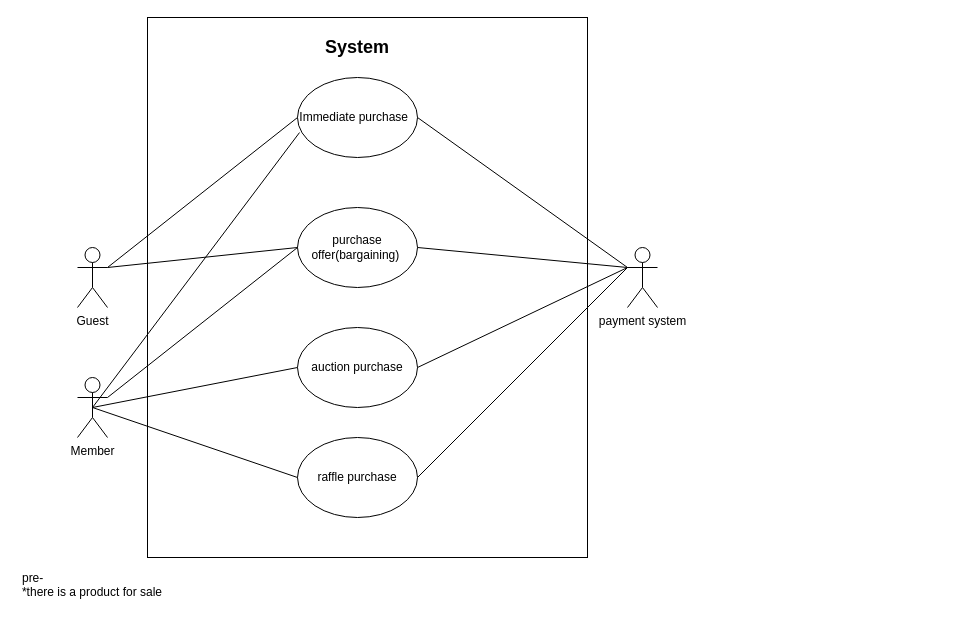
The draw.io diagram page "use case 2.9" (1 of 5) of use cases/use case 2.9.drawio in LevyIfta/Team-19B-Project, before the edit. Source tidied: cells renumbered, new cells numbered last; positions are measured from the earlier drawing's top-left corner, leaving out a move shared by most shapes. Both pictures are drawn from the tidied source at 100%, with x=0, y=0 at pixel (17, 17).
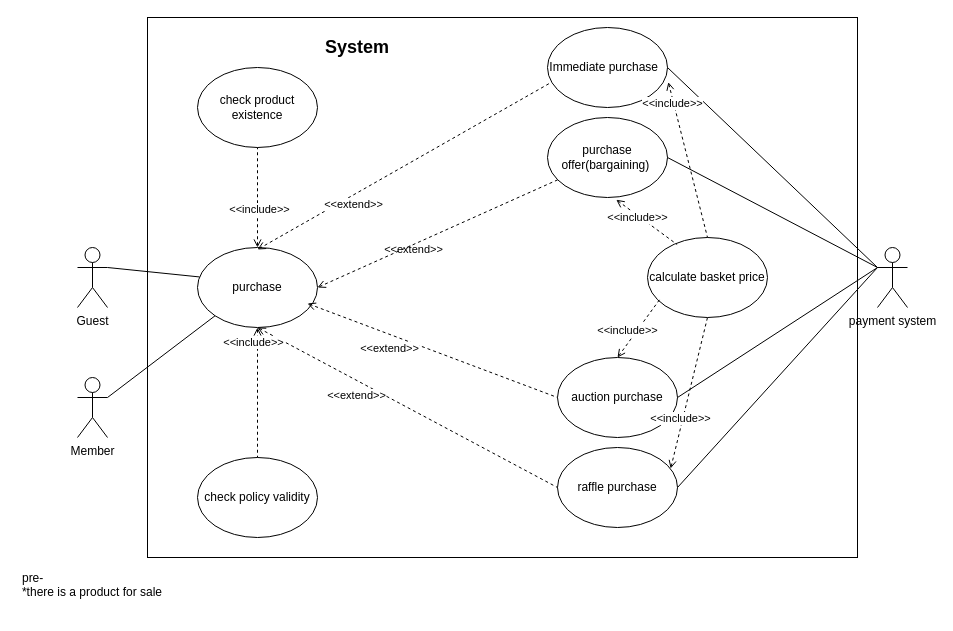
The same page after the edit.

Unchanged cells that the change refers to:
```xml
<mxCell id="4" value="Guest" style="shape=umlActor;verticalLabelPosition=bottom;verticalAlign=top;html=1;outlineConnect=0;" parent="1" vertex="1">
  <mxGeometry x="60" y="230" width="30" height="60" as="geometry" />
</mxCell>
<mxCell id="16" value="Member" style="shape=umlActor;verticalLabelPosition=bottom;verticalAlign=top;html=1;outlineConnect=0;" parent="1" vertex="1">
  <mxGeometry x="60" y="360" width="30" height="60" as="geometry" />
</mxCell>
```

Change to the diagram source:
```diff
@@
     <mxCell id="2" style="rounded=0;whiteSpace=wrap;html=1;" parent="1" vertex="1">
-      <mxGeometry x="130" width="440" height="540" as="geometry" />
+      <mxGeometry x="130" width="710" height="540" as="geometry" />
     </mxCell>
@@
     <mxCell id="5" value="Immediate purchase&amp;nbsp;&amp;nbsp;" style="ellipse;whiteSpace=wrap;html=1;" parent="1" vertex="1">
-      <mxGeometry x="280" y="60" width="120" height="80" as="geometry" />
+      <mxGeometry x="530" y="10" width="120" height="80" as="geometry" />
     </mxCell>
     <mxCell id="6" value="purchase offer(bargaining)&amp;nbsp;" style="ellipse;whiteSpace=wrap;html=1;" parent="1" vertex="1">
-      <mxGeometry x="280" y="190" width="120" height="80" as="geometry" />
+      <mxGeometry x="530" y="100" width="120" height="80" as="geometry" />
     </mxCell>
     <mxCell id="7" value="auction purchase" style="ellipse;whiteSpace=wrap;html=1;" parent="1" vertex="1">
-      <mxGeometry x="280" y="310" width="120" height="80" as="geometry" />
+      <mxGeometry x="540" y="340" width="120" height="80" as="geometry" />
     </mxCell>
     <mxCell id="8" value="raffle purchase" style="ellipse;whiteSpace=wrap;html=1;" parent="1" vertex="1">
-      <mxGeometry x="280" y="420" width="120" height="80" as="geometry" />
+      <mxGeometry x="540" y="430" width="120" height="80" as="geometry" />
     </mxCell>
-    <mxCell id="9" style="endArrow=none;html=1;strokeWidth=1;exitX=1;exitY=0.3333333333333333;exitDx=0;exitDy=0;exitPerimeter=0;entryX=0;entryY=0.5;entryDx=0;entryDy=0;" parent="1" edge="1" source="4" target="5">
-      <mxGeometry relative="1" as="geometry" />
-    </mxCell>
-    <mxCell id="10" style="endArrow=none;html=1;strokeWidth=1;exitX=1;exitY=0.3333333333333333;exitDx=0;exitDy=0;exitPerimeter=0;entryX=0;entryY=0.5;entryDx=0;entryDy=0;" parent="1" edge="1" source="4" target="6">
-      <mxGeometry relative="1" as="geometry" />
-    </mxCell>
     <mxCell id="11" value="payment system" style="shape=umlActor;verticalLabelPosition=bottom;verticalAlign=top;html=1;outlineConnect=0;" parent="1" vertex="1">
-      <mxGeometry x="610" y="230" width="30" height="60" as="geometry" />
+      <mxGeometry x="860" y="230" width="30" height="60" as="geometry" />
     </mxCell>
@@
-    <mxCell id="15" style="endArrow=none;html=1;strokeWidth=1;exitX=1;exitY=0.5;exitDx=0;exitDy=0;" parent="1" edge="1" source="8">
-      <mxGeometry relative="1" as="geometry">
-        <mxPoint x="610" y="250" as="targetPoint" />
-      </mxGeometry>
+    <mxCell id="15" style="endArrow=none;html=1;strokeWidth=1;exitX=1;exitY=0.5;exitDx=0;exitDy=0;entryX=0;entryY=0.3333333333333333;entryDx=0;entryDy=0;entryPerimeter=0;" parent="1" edge="1" source="8" target="11">
+      <mxGeometry relative="1" as="geometry" />
     </mxCell>
@@
-    <mxCell id="17" style="endArrow=none;html=1;strokeWidth=1;exitX=0.5;exitY=0.5;exitDx=0;exitDy=0;exitPerimeter=0;entryX=0.017;entryY=0.688;entryDx=0;entryDy=0;entryPerimeter=0;" parent="1" edge="1" source="16" target="5">
-      <mxGeometry relative="1" as="geometry" />
-    </mxCell>
-    <mxCell id="18" style="endArrow=none;html=1;strokeWidth=1;exitX=1;exitY=0.3333333333333333;exitDx=0;exitDy=0;exitPerimeter=0;entryX=0;entryY=0.5;entryDx=0;entryDy=0;" parent="1" edge="1" source="16" target="6">
-      <mxGeometry relative="1" as="geometry" />
-    </mxCell>
-    <mxCell id="19" style="endArrow=none;html=1;strokeWidth=1;exitX=0.5;exitY=0.5;exitDx=0;exitDy=0;exitPerimeter=0;entryX=0;entryY=0.5;entryDx=0;entryDy=0;" parent="1" edge="1" source="16" target="7">
-      <mxGeometry relative="1" as="geometry" />
-    </mxCell>
-    <mxCell id="20" style="endArrow=none;html=1;strokeWidth=1;exitX=0.5;exitY=0.5;exitDx=0;exitDy=0;exitPerimeter=0;entryX=0;entryY=0.5;entryDx=0;entryDy=0;" parent="1" edge="1" source="16" target="8">
-      <mxGeometry relative="1" as="geometry" />
-    </mxCell>
@@
+    <mxCell id="22" value="purchase" style="ellipse;whiteSpace=wrap;html=1;" parent="1" vertex="1">
+      <mxGeometry x="180" y="230" width="120" height="80" as="geometry" />
+    </mxCell>
+    <mxCell id="23" style="endArrow=none;html=1;exitX=1;exitY=0.3333333333333333;exitDx=0;exitDy=0;exitPerimeter=0;entryX=0.017;entryY=0.368;entryDx=0;entryDy=0;entryPerimeter=0;" parent="1" edge="1" source="4" target="22">
+      <mxGeometry relative="1" as="geometry" />
+    </mxCell>
+    <mxCell id="24" style="endArrow=none;html=1;exitX=1;exitY=0.3333333333333333;exitDx=0;exitDy=0;exitPerimeter=0;entryX=0;entryY=1;entryDx=0;entryDy=0;" parent="1" edge="1" source="16" target="22">
+      <mxGeometry relative="1" as="geometry" />
+    </mxCell>
+    <mxCell id="25" value="check product existence" style="ellipse;whiteSpace=wrap;html=1;" parent="1" vertex="1">
+      <mxGeometry x="180" y="50" width="120" height="80" as="geometry" />
+    </mxCell>
+    <mxCell id="26" style="endArrow=none;html=1;exitX=0.5;exitY=0;exitDx=0;exitDy=0;dashed=1;startArrow=open;startFill=0;" parent="1" edge="1" source="22" target="25">
+      <mxGeometry relative="1" as="geometry" />
+    </mxCell>
+    <mxCell id="27" value="&amp;lt;&amp;lt;include&amp;gt;&amp;gt;" style="edgeLabel;html=1;align=center;verticalAlign=middle;" parent="26" vertex="1">
+      <mxGeometry x="-0.54" y="-3" relative="1" as="geometry">
+        <mxPoint x="-2" y="-16" as="offset" />
+      </mxGeometry>
+    </mxCell>
+    <mxCell id="28" style="endArrow=none;dashed=1;html=1;strokeWidth=1;entryX=0.017;entryY=0.698;entryDx=0;entryDy=0;endFill=0;entryPerimeter=0;startArrow=open;startFill=0;" parent="1" edge="1" target="5">
+      <mxGeometry relative="1" as="geometry">
+        <mxPoint x="240" y="232" as="sourcePoint" />
+      </mxGeometry>
+    </mxCell>
+    <mxCell id="29" value="&amp;lt;&amp;lt;extend&amp;gt;&amp;gt;" style="edgeLabel;html=1;align=center;verticalAlign=middle;" parent="28" vertex="1">
+      <mxGeometry x="-0.31" relative="1" as="geometry">
+        <mxPoint x="-5.1" y="12.3" as="offset" />
+      </mxGeometry>
+    </mxCell>
+    <mxCell id="30" style="endArrow=none;dashed=1;html=1;strokeWidth=1;exitX=1;exitY=0.5;exitDx=0;exitDy=0;endFill=0;startArrow=open;startFill=0;" parent="1" edge="1" source="22" target="6">
+      <mxGeometry relative="1" as="geometry" />
+    </mxCell>
+    <mxCell id="31" value="&amp;lt;&amp;lt;extend&amp;gt;&amp;gt;" style="edgeLabel;html=1;align=center;verticalAlign=middle;labelBackgroundColor=none;" parent="30" vertex="1">
+      <mxGeometry x="-0.31" relative="1" as="geometry">
+        <mxPoint x="12" y="-1" as="offset" />
+      </mxGeometry>
+    </mxCell>
+    <mxCell id="32" style="endArrow=none;dashed=1;html=1;strokeWidth=1;entryX=0;entryY=0.5;entryDx=0;entryDy=0;endFill=0;startArrow=open;startFill=0;" parent="1" edge="1" target="7">
+      <mxGeometry relative="1" as="geometry">
+        <mxPoint x="290" y="286" as="sourcePoint" />
+      </mxGeometry>
+    </mxCell>
+    <mxCell id="33" value="&amp;lt;&amp;lt;extend&amp;gt;&amp;gt;" style="edgeLabel;html=1;align=center;verticalAlign=middle;" parent="32" vertex="1">
+      <mxGeometry x="-0.31" relative="1" as="geometry">
+        <mxPoint x="-5.1" y="12.3" as="offset" />
+      </mxGeometry>
+    </mxCell>
+    <mxCell id="34" style="endArrow=none;dashed=1;html=1;strokeWidth=1;exitX=0.5;exitY=1;exitDx=0;exitDy=0;entryX=0;entryY=0.5;entryDx=0;entryDy=0;endFill=0;startArrow=open;startFill=0;" parent="1" edge="1" source="22" target="8">
+      <mxGeometry relative="1" as="geometry" />
+    </mxCell>
+    <mxCell id="35" value="&amp;lt;&amp;lt;extend&amp;gt;&amp;gt;" style="edgeLabel;html=1;align=center;verticalAlign=middle;" parent="34" vertex="1">
+      <mxGeometry x="-0.31" relative="1" as="geometry">
+        <mxPoint x="-5.1" y="12.3" as="offset" />
+      </mxGeometry>
+    </mxCell>
+    <mxCell id="36" value="check policy validity" style="ellipse;whiteSpace=wrap;html=1;labelBackgroundColor=none;" parent="1" vertex="1">
+      <mxGeometry x="180" y="440" width="120" height="80" as="geometry" />
+    </mxCell>
+    <mxCell id="37" style="endArrow=none;html=1;entryX=0.5;entryY=0;entryDx=0;entryDy=0;dashed=1;startArrow=open;startFill=0;" parent="1" edge="1" source="22" target="36">
+      <mxGeometry relative="1" as="geometry" />
+    </mxCell>
+    <mxCell id="38" value="&amp;lt;&amp;lt;include&amp;gt;&amp;gt;" style="edgeLabel;html=1;align=center;verticalAlign=middle;" parent="37" vertex="1">
+      <mxGeometry x="-0.54" y="-3" relative="1" as="geometry">
+        <mxPoint x="-2" y="-16" as="offset" />
+      </mxGeometry>
+    </mxCell>
+    <mxCell id="39" value="calculate basket price" style="ellipse;whiteSpace=wrap;html=1;labelBackgroundColor=none;" parent="1" vertex="1">
+      <mxGeometry x="630" y="220" width="120" height="80" as="geometry" />
+    </mxCell>
+    <mxCell id="40" style="endArrow=none;html=1;exitX=1.007;exitY=0.683;exitDx=0;exitDy=0;entryX=0.5;entryY=0;entryDx=0;entryDy=0;dashed=1;startArrow=open;startFill=0;exitPerimeter=0;" parent="1" edge="1" source="5" target="39">
+      <mxGeometry relative="1" as="geometry" />
+    </mxCell>
+    <mxCell id="41" value="&amp;lt;&amp;lt;include&amp;gt;&amp;gt;" style="edgeLabel;html=1;align=center;verticalAlign=middle;" parent="40" vertex="1">
+      <mxGeometry x="-0.54" y="-3" relative="1" as="geometry">
+        <mxPoint x="-2" y="-16" as="offset" />
+      </mxGeometry>
+    </mxCell>
+    <mxCell id="42" style="endArrow=none;html=1;exitX=0.573;exitY=1.028;exitDx=0;exitDy=0;entryX=0.247;entryY=0.088;entryDx=0;entryDy=0;dashed=1;startArrow=open;startFill=0;exitPerimeter=0;entryPerimeter=0;" parent="1" edge="1" source="6" target="39">
+      <mxGeometry relative="1" as="geometry" />
+    </mxCell>
+    <mxCell id="43" value="&amp;lt;&amp;lt;include&amp;gt;&amp;gt;" style="edgeLabel;html=1;align=center;verticalAlign=middle;" parent="42" vertex="1">
+      <mxGeometry x="-0.54" y="-3" relative="1" as="geometry">
+        <mxPoint x="9" y="5" as="offset" />
+      </mxGeometry>
+    </mxCell>
+    <mxCell id="44" style="endArrow=none;html=1;exitX=0.5;exitY=0;exitDx=0;exitDy=0;entryX=0.1;entryY=0.778;entryDx=0;entryDy=0;dashed=1;startArrow=open;startFill=0;entryPerimeter=0;" parent="1" edge="1" source="7" target="39">
+      <mxGeometry relative="1" as="geometry" />
+    </mxCell>
+    <mxCell id="45" value="&amp;lt;&amp;lt;include&amp;gt;&amp;gt;" style="edgeLabel;html=1;align=center;verticalAlign=middle;" parent="44" vertex="1">
+      <mxGeometry x="-0.54" y="-3" relative="1" as="geometry">
+        <mxPoint x="-2" y="-16" as="offset" />
+      </mxGeometry>
+    </mxCell>
+    <mxCell id="46" style="endArrow=none;html=1;exitX=0.943;exitY=0.263;exitDx=0;exitDy=0;entryX=0.5;entryY=1;entryDx=0;entryDy=0;dashed=1;startArrow=open;startFill=0;exitPerimeter=0;" parent="1" edge="1" source="8" target="39">
+      <mxGeometry relative="1" as="geometry" />
+    </mxCell>
+    <mxCell id="47" value="&amp;lt;&amp;lt;include&amp;gt;&amp;gt;" style="edgeLabel;html=1;align=center;verticalAlign=middle;" parent="46" vertex="1">
+      <mxGeometry x="-0.54" y="-3" relative="1" as="geometry">
+        <mxPoint x="-2" y="-16" as="offset" />
+      </mxGeometry>
+    </mxCell>
```
